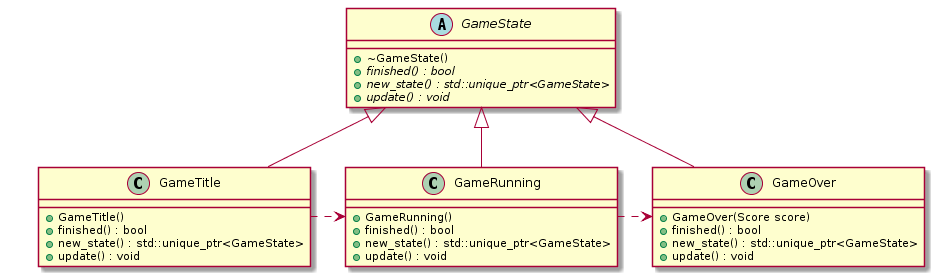
Earlier version of the PlantUML export documentation/GameState.png (Mokona/Caterbuino). The source it was exported from:
```plantuml
@startuml

abstract class GameState {
	+~GameState()
	+{abstract} finished() : bool
	+{abstract} new_state() : std::unique_ptr<GameState>
	+{abstract} update() : void
}

together {
    class GameOver {
        +GameOver(Score score)
        +finished() : bool
        +new_state() : std::unique_ptr<GameState>
        +update() : void
    }

    class GameRunning {
        +GameRunning()
        +finished() : bool
        +new_state() : std::unique_ptr<GameState>
        +update() : void
    }

    class GameTitle {
        +GameTitle()
        +finished() : bool
        +new_state() : std::unique_ptr<GameState>
        +update() : void
    }
}

GameState <|-- GameOver
GameState <|-- GameRunning
GameState <|-- GameTitle

GameTitle .right.> GameRunning
GameRunning .right.> GameOver

@enduml
```
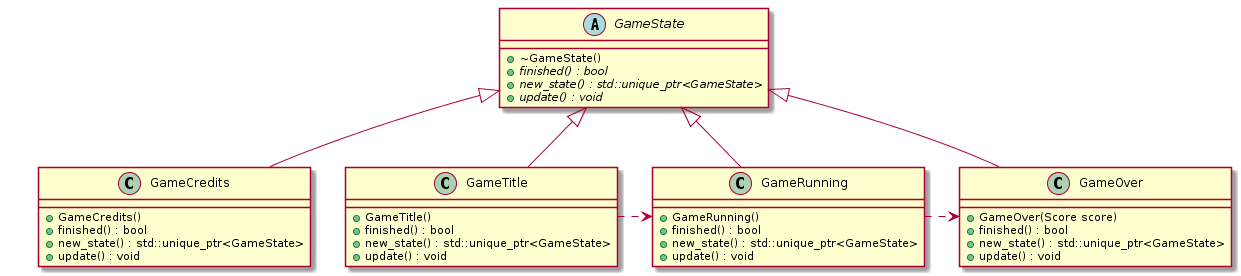
Above is the later version.

Commit message:
Add simple GameCredits page

Change to the diagram source:
```diff
@@ -1,10 +1,10 @@
 @startuml
 
 abstract class GameState {
-	+~GameState()
-	+{abstract} finished() : bool
-	+{abstract} new_state() : std::unique_ptr<GameState>
-	+{abstract} update() : void
+    +~GameState()
+    +{abstract} finished() : bool
+    +{abstract} new_state() : std::unique_ptr<GameState>
+    +{abstract} update() : void
 }
 
 together {
@@ -28,11 +28,19 @@
         +new_state() : std::unique_ptr<GameState>
         +update() : void
     }
+
+    class GameCredits {
+        +GameCredits()
+        +finished() : bool
+        +new_state() : std::unique_ptr<GameState>
+        +update() : void
+    }
 }
 
 GameState <|-- GameOver
 GameState <|-- GameRunning
 GameState <|-- GameTitle
+GameState <|-- GameCredits
 
 GameTitle .right.> GameRunning
 GameRunning .right.> GameOver
```
